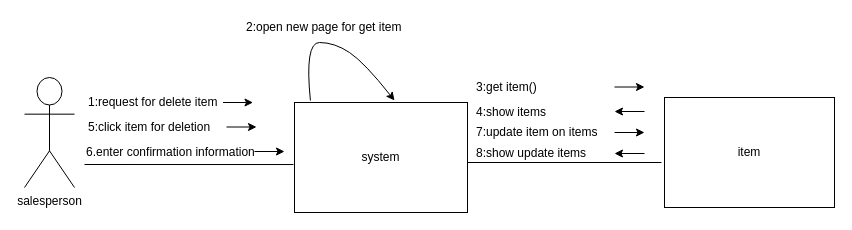
Earlier version of the draw.io diagram communication_diagram/deleteitem.drawio (aenad/iut_foods). Source tidied: cells renumbered, new cells numbered last; positions are measured from the earlier drawing's top-left corner, leaving out a move shared by most shapes. Both pictures are drawn from the tidied source at 100%, with x=0, y=0 at pixel (24, 17).
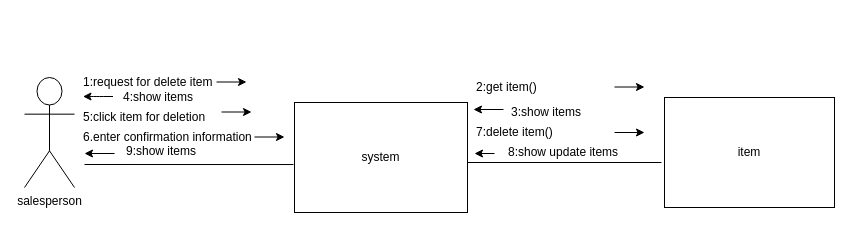
The same diagram, later.

The change refers to these unchanged cells:
```xml
<mxCell id="2" value="system" style="rounded=0;whiteSpace=wrap;html=1;" parent="1" vertex="1">
  <mxGeometry x="270" y="85" width="173" height="110" as="geometry" />
</mxCell>
```

What changed in the source:
```diff
@@
     <mxCell id="5" value="1:request for delete item " style="text;html=1;align=left;verticalAlign=top;spacingTop=-4;" parent="1" vertex="1">
-      <mxGeometry x="62" y="75" width="140" height="20" as="geometry" />
+      <mxGeometry x="57" y="55" width="140" height="20" as="geometry" />
     </mxCell>
-    <mxCell id="6" value="3:get item()" style="text;html=1;align=left;verticalAlign=top;spacingTop=-4;" parent="1" vertex="1">
+    <mxCell id="6" value="2:get item()" style="text;html=1;align=left;verticalAlign=top;spacingTop=-4;" parent="1" vertex="1">
       <mxGeometry x="450" y="60" width="70" height="20" as="geometry" />
     </mxCell>
-    <mxCell id="7" style="curved=1;endArrow=classic;html=1;exitX=0.092;exitY=-0.018;exitDx=0;exitDy=0;exitPerimeter=0;" parent="1" edge="1" source="2">
-      <mxGeometry relative="1" as="geometry">
-        <mxPoint x="370" y="83" as="targetPoint" />
-        <Array as="points">
-          <mxPoint x="280" y="25" />
-          <mxPoint x="310" y="25" />
-          <mxPoint x="340" y="45" />
-        </Array>
-      </mxGeometry>
-    </mxCell>
-    <mxCell id="8" value="2:open new page for get item" style="text;html=1;align=left;verticalAlign=top;spacingTop=-4;" parent="1" vertex="1">
-      <mxGeometry x="220" width="170" height="20" as="geometry" />
-    </mxCell>
-    <mxCell id="9" value="4:show items" style="text;html=1;align=left;verticalAlign=top;spacingTop=-4;" parent="1" vertex="1">
-      <mxGeometry x="450" y="85" width="90" height="20" as="geometry" />
+    <mxCell id="9" value="3:show items" style="text;html=1;align=left;verticalAlign=top;spacingTop=-4;" parent="1" vertex="1">
+      <mxGeometry x="485" y="85" width="90" height="20" as="geometry" />
     </mxCell>
     <mxCell id="10" value="5:click item for deletion" style="text;html=1;align=left;verticalAlign=top;spacingTop=-4;" parent="1" vertex="1">
-      <mxGeometry x="62" y="100" width="130" height="20" as="geometry" />
+      <mxGeometry x="57" y="90" width="130" height="20" as="geometry" />
     </mxCell>
@@
     <mxCell id="12" value="6.enter confirmation information" style="text;html=1;align=left;verticalAlign=top;spacingTop=-4;" parent="1" vertex="1">
-      <mxGeometry x="60" y="125" width="180" height="20" as="geometry" />
+      <mxGeometry x="57" y="110" width="180" height="20" as="geometry" />
     </mxCell>
     <mxCell id="13" style="endArrow=classic;html=1;" parent="1" edge="1">
       <mxGeometry relative="1" as="geometry">
-        <mxPoint x="198.5" y="85" as="sourcePoint" />
-        <mxPoint x="228.5" y="85" as="targetPoint" />
+        <mxPoint x="192" y="64.5" as="sourcePoint" />
+        <mxPoint x="222" y="64.5" as="targetPoint" />
       </mxGeometry>
     </mxCell>
     <mxCell id="14" style="endArrow=classic;html=1;" parent="1" edge="1">
       <mxGeometry relative="1" as="geometry">
-        <mxPoint x="202" y="109.5" as="sourcePoint" />
-        <mxPoint x="232" y="109.5" as="targetPoint" />
+        <mxPoint x="197" y="94.5" as="sourcePoint" />
+        <mxPoint x="227" y="94.5" as="targetPoint" />
       </mxGeometry>
     </mxCell>
     <mxCell id="15" style="endArrow=classic;html=1;" parent="1" edge="1">
       <mxGeometry relative="1" as="geometry">
-        <mxPoint x="230" y="134" as="sourcePoint" />
-        <mxPoint x="260" y="134" as="targetPoint" />
+        <mxPoint x="230" y="119.5" as="sourcePoint" />
+        <mxPoint x="260" y="119.5" as="targetPoint" />
       </mxGeometry>
     </mxCell>
@@
     <mxCell id="17" style="endArrow=classic;html=1;" parent="1" edge="1">
       <mxGeometry relative="1" as="geometry">
-        <mxPoint x="620" y="136" as="sourcePoint" />
-        <mxPoint x="590" y="136" as="targetPoint" />
+        <mxPoint x="470" y="136" as="sourcePoint" />
+        <mxPoint x="450" y="136" as="targetPoint" />
       </mxGeometry>
     </mxCell>
-    <mxCell id="18" value="7:update item on items" style="text;html=1;align=left;verticalAlign=top;spacingTop=-4;" parent="1" vertex="1">
-      <mxGeometry x="450" y="105" width="130" height="20" as="geometry" />
+    <mxCell id="18" value="7:delete item()" style="text;html=1;align=left;verticalAlign=top;spacingTop=-4;" parent="1" vertex="1">
+      <mxGeometry x="450" y="105" width="90" height="20" as="geometry" />
     </mxCell>
@@
     <mxCell id="20" value="8:show update items" style="text;html=1;align=left;verticalAlign=top;spacingTop=-4;" parent="1" vertex="1">
-      <mxGeometry x="450" y="126" width="120" height="20" as="geometry" />
+      <mxGeometry x="481.5" y="125" width="120" height="20" as="geometry" />
     </mxCell>
@@
     <mxCell id="22" style="endArrow=classic;html=1;" parent="1" edge="1">
       <mxGeometry relative="1" as="geometry">
-        <mxPoint x="620" y="94" as="sourcePoint" />
-        <mxPoint x="590" y="94" as="targetPoint" />
+        <mxPoint x="90" y="136" as="sourcePoint" />
+        <mxPoint x="60" y="136" as="targetPoint" />
       </mxGeometry>
     </mxCell>
+    <mxCell id="23" value="4:show items" style="text;html=1;align=left;verticalAlign=top;spacingTop=-4;" parent="1" vertex="1">
+      <mxGeometry x="97" y="70" width="90" height="20" as="geometry" />
+    </mxCell>
+    <mxCell id="24" style="endArrow=classic;html=1;" parent="1" edge="1">
+      <mxGeometry relative="1" as="geometry">
+        <mxPoint x="479" y="92" as="sourcePoint" />
+        <mxPoint x="449" y="92" as="targetPoint" />
+      </mxGeometry>
+    </mxCell>
+    <mxCell id="25" value="9:show items" style="text;html=1;" parent="1" vertex="1">
+      <mxGeometry x="100" y="120" width="100" height="30" as="geometry" />
+    </mxCell>
+    <mxCell id="26" style="endArrow=classic;html=1;" parent="1" edge="1">
+      <mxGeometry relative="1" as="geometry">
+        <mxPoint x="88.5" y="79" as="sourcePoint" />
+        <mxPoint x="58.5" y="79" as="targetPoint" />
+        <Array as="points">
+          <mxPoint x="70" y="79" />
+        </Array>
+      </mxGeometry>
+    </mxCell>
```
